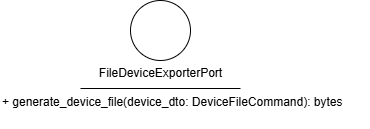
Earlier version of the draw.io export src/PB/DocumentazioneEsterna/Specifica_Tecnica/content/05-diagrammi-classi/uml/png/Export/FileDeviceExportPort.png (GroupRubberDuck/Documentazione). Source tidied: cells renumbered, new cells last; positions are measured from the earlier drawing's top-left corner, leaving out a move shared by most shapes.
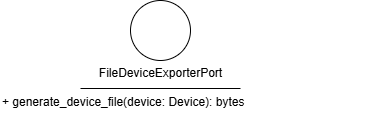
After the change.

Change to the diagram source:
```diff
@@ -17,7 +17,7 @@
     <mxCell id="4" value="FileDeviceExporterPort" style="text;html=1;align=center;verticalAlign=middle;strokeColor=none;fillColor=none;" parent="1" vertex="1">
       <mxGeometry x="85" y="58" width="150" height="30" as="geometry" />
     </mxCell>
-    <mxCell id="5" value="+ generate_device_file(device_dto: DeviceFileCommand): bytes" style="text;whiteSpace=wrap;html=1;" parent="1" vertex="1">
+    <mxCell id="5" value="+ generate_device_file(device: Device): bytes" style="text;whiteSpace=wrap;html=1;" parent="1" vertex="1">
       <mxGeometry y="88" width="370" height="40" as="geometry" />
     </mxCell>
   </root>
```
